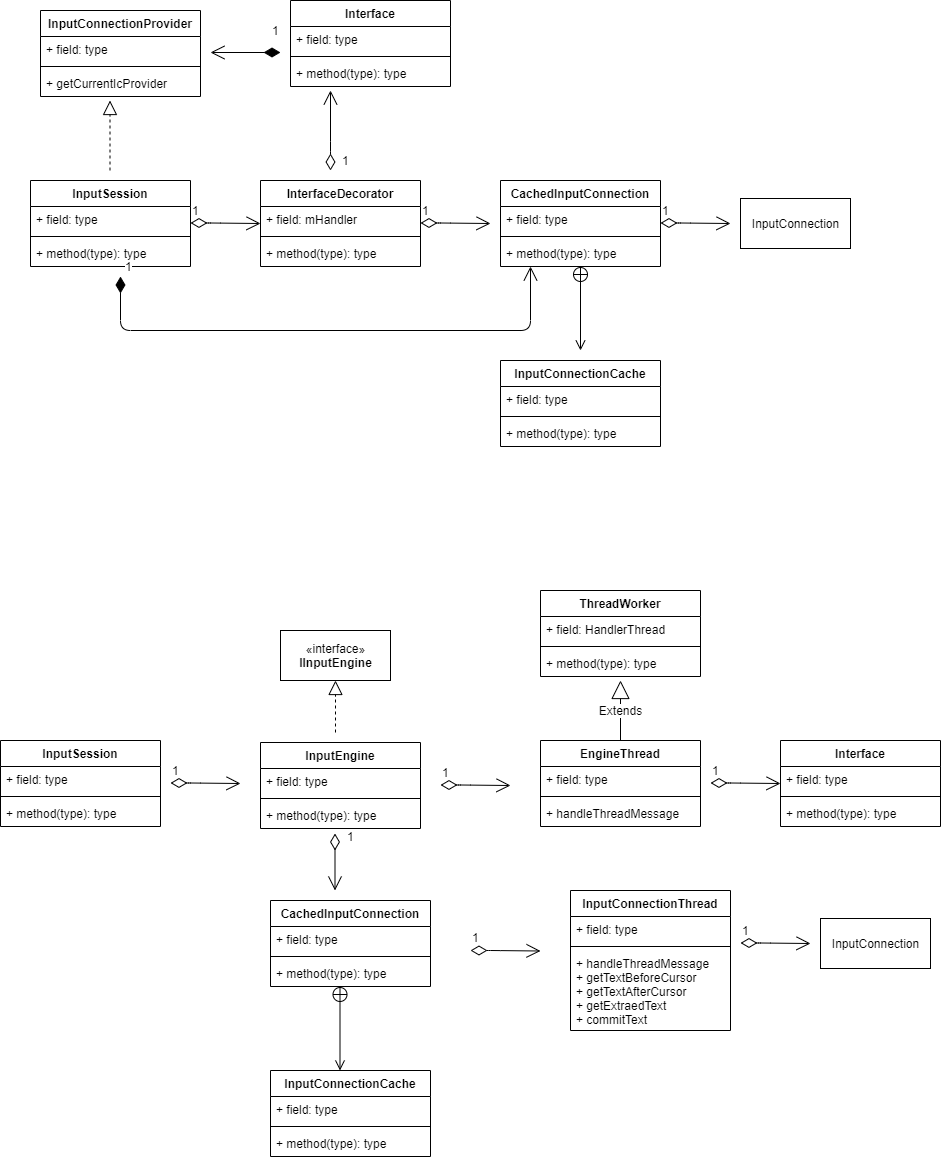
The draw.io diagram input/foreign-input-improve.png in chonglv/charts, before a commit. Source tidied: cells renumbered, new cells last; positions are measured from the earlier drawing's top-left corner, leaving out a move shared by most shapes.
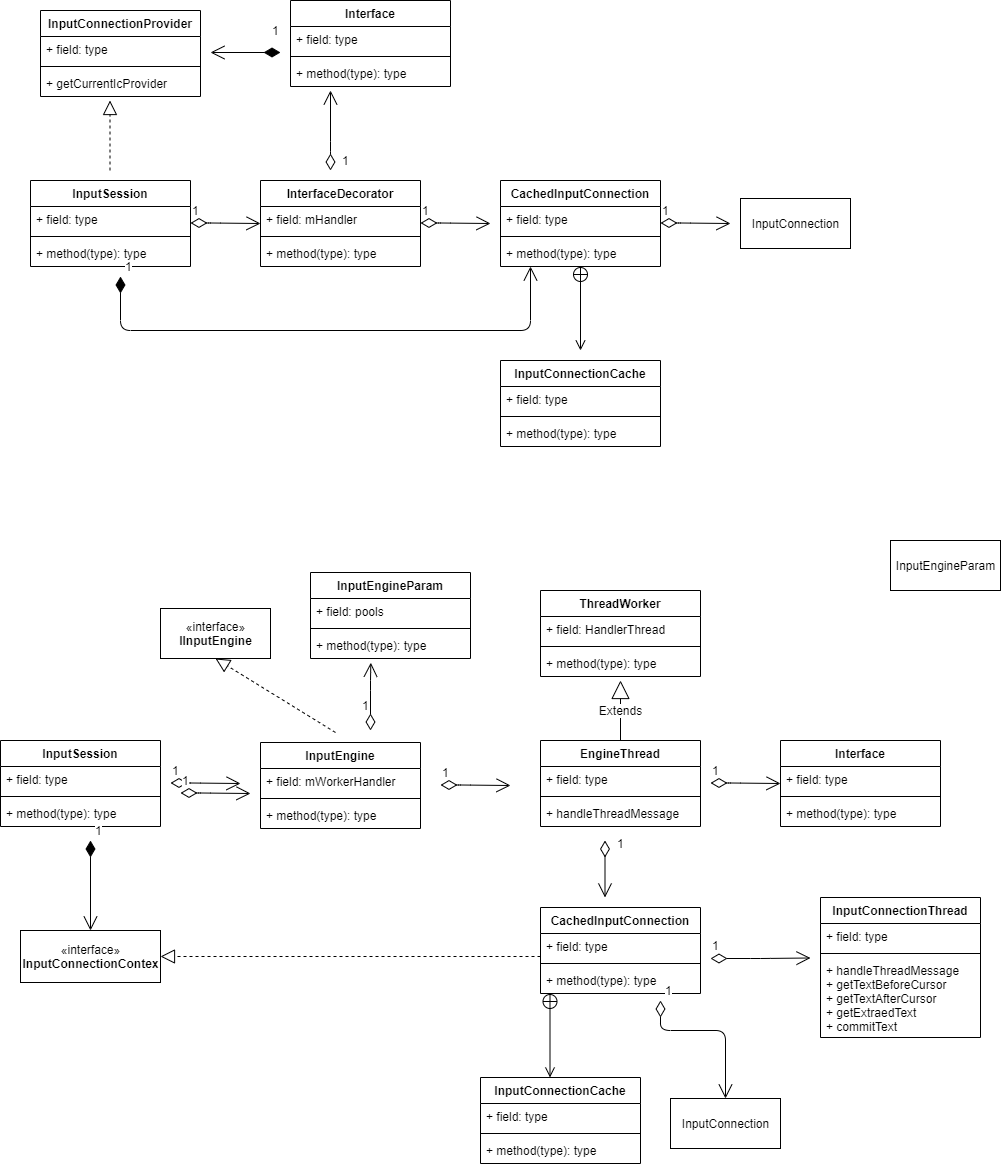
Later version of the same file.

Change to the diagram source:
```diff
@@ -97,7 +97,7 @@
     <mxCell id="28" value="InputEngine" style="swimlane;fontStyle=1;align=center;verticalAlign=top;horizontal=1;startSize=26;" parent="1" vertex="1">
       <mxGeometry x="260" y="742" width="160" height="86" as="geometry" />
     </mxCell>
-    <mxCell id="29" value="+ field: type" style="text;strokeColor=none;fillColor=none;align=left;verticalAlign=top;spacingLeft=4;spacingRight=4;overflow=hidden;" parent="28" vertex="1">
+    <mxCell id="29" value="+ field: mWorkerHandler" style="text;strokeColor=none;fillColor=none;align=left;verticalAlign=top;spacingLeft=4;spacingRight=4;overflow=hidden;" parent="28" vertex="1">
       <mxGeometry y="26" width="160" height="26" as="geometry" />
     </mxCell>
     <mxCell id="30" style="line;strokeWidth=1;fillColor=none;align=left;verticalAlign=middle;spacingTop=-1;spacingLeft=3;spacingRight=3;labelPosition=right;" parent="28" vertex="1">
@@ -119,7 +119,7 @@
       <mxGeometry y="60" width="160" height="26" as="geometry" />
     </mxCell>
     <mxCell id="36" value="«interface»&lt;br&gt;&lt;b&gt;IInputEngine&lt;/b&gt;" style="html=1;" parent="1" vertex="1">
-      <mxGeometry x="280" y="630" width="110" height="50" as="geometry" />
+      <mxGeometry x="160" y="608" width="110" height="50" as="geometry" />
     </mxCell>
     <mxCell id="37" style="endArrow=block;dashed=1;endFill=0;endSize=12;html=1;entryX=0.5;entryY=1;entryDx=0;entryDy=0;" parent="1" edge="1" target="36">
       <mxGeometry relative="1" as="geometry">
@@ -174,16 +174,16 @@
     </mxCell>
     <mxCell id="49" value="1" style="endArrow=open;html=1;endSize=12;startArrow=diamondThin;startSize=14;startFill=0;edgeStyle=orthogonalEdgeStyle;align=left;verticalAlign=bottom;" parent="1" edge="1">
       <mxGeometry x="-0.56" y="10" relative="1" as="geometry">
-        <mxPoint x="334.5" y="833" as="sourcePoint" />
-        <mxPoint x="334.5" y="890" as="targetPoint" />
+        <mxPoint x="604.5" y="840" as="sourcePoint" />
+        <mxPoint x="604.5" y="897" as="targetPoint" />
         <Array as="points">
-          <mxPoint x="334.5" y="833" />
-          <mxPoint x="334.5" y="833" />
+          <mxPoint x="604.5" y="840" />
+          <mxPoint x="604.5" y="840" />
         </Array>
       </mxGeometry>
     </mxCell>
     <mxCell id="50" value="CachedInputConnection" style="swimlane;fontStyle=1;align=center;verticalAlign=top;horizontal=1;startSize=26;" parent="1" vertex="1">
-      <mxGeometry x="270" y="900" width="160" height="86" as="geometry" />
+      <mxGeometry x="540" y="907" width="160" height="86" as="geometry" />
     </mxCell>
     <mxCell id="51" value="+ field: type" style="text;strokeColor=none;fillColor=none;align=left;verticalAlign=top;spacingLeft=4;spacingRight=4;overflow=hidden;" parent="50" vertex="1">
       <mxGeometry y="26" width="160" height="26" as="geometry" />
@@ -195,7 +195,7 @@
       <mxGeometry y="60" width="160" height="26" as="geometry" />
     </mxCell>
     <mxCell id="54" value="InputConnectionCache" style="swimlane;fontStyle=1;align=center;verticalAlign=top;horizontal=1;startSize=26;" parent="1" vertex="1">
-      <mxGeometry x="270" y="1070" width="160" height="86" as="geometry" />
+      <mxGeometry x="480" y="1077" width="160" height="86" as="geometry" />
     </mxCell>
     <mxCell id="55" value="+ field: type" style="text;strokeColor=none;fillColor=none;align=left;verticalAlign=top;spacingLeft=4;spacingRight=4;overflow=hidden;" parent="54" vertex="1">
       <mxGeometry y="26" width="160" height="26" as="geometry" />
@@ -208,22 +208,22 @@
     </mxCell>
     <mxCell id="58" style="endArrow=open;startArrow=circlePlus;endFill=0;startFill=0;endSize=8;html=1;" parent="1" edge="1">
       <mxGeometry relative="1" as="geometry">
-        <mxPoint x="339.5" y="986" as="sourcePoint" />
-        <mxPoint x="339.5" y="1070" as="targetPoint" />
+        <mxPoint x="549.5" y="993" as="sourcePoint" />
+        <mxPoint x="549.5" y="1077" as="targetPoint" />
       </mxGeometry>
     </mxCell>
     <mxCell id="59" value="1" style="endArrow=open;html=1;endSize=12;startArrow=diamondThin;startSize=14;startFill=0;edgeStyle=orthogonalEdgeStyle;align=left;verticalAlign=bottom;" parent="1" edge="1">
       <mxGeometry x="-1" y="3" relative="1" as="geometry">
-        <mxPoint x="470" y="950" as="sourcePoint" />
-        <mxPoint x="540" y="950.5" as="targetPoint" />
+        <mxPoint x="710" y="958" as="sourcePoint" />
+        <mxPoint x="810" y="957.5" as="targetPoint" />
         <Array as="points">
-          <mxPoint x="490" y="950.5" />
-          <mxPoint x="490" y="950.5" />
+          <mxPoint x="760" y="957.5" />
+          <mxPoint x="760" y="957.5" />
         </Array>
       </mxGeometry>
     </mxCell>
     <mxCell id="60" value="InputConnectionThread" style="swimlane;fontStyle=1;align=center;verticalAlign=top;horizontal=1;startSize=26;" parent="1" vertex="1">
-      <mxGeometry x="570" y="890" width="160" height="140" as="geometry" />
+      <mxGeometry x="820" y="897" width="160" height="140" as="geometry" />
     </mxCell>
     <mxCell id="61" value="+ field: type" style="text;strokeColor=none;fillColor=none;align=left;verticalAlign=top;spacingLeft=4;spacingRight=4;overflow=hidden;" parent="60" vertex="1">
       <mxGeometry y="26" width="160" height="26" as="geometry" />
@@ -268,18 +268,8 @@
       </mxGeometry>
     </mxCell>
     <mxCell id="68" value="InputConnection" style="html=1;" parent="1" vertex="1">
-      <mxGeometry x="820" y="918" width="110" height="50" as="geometry" />
+      <mxGeometry x="670" y="1098" width="110" height="50" as="geometry" />
     </mxCell>
-    <mxCell id="69" value="1" style="endArrow=open;html=1;endSize=12;startArrow=diamondThin;startSize=14;startFill=0;edgeStyle=orthogonalEdgeStyle;align=left;verticalAlign=bottom;" parent="1" edge="1">
-      <mxGeometry x="-1" y="3" relative="1" as="geometry">
-        <mxPoint x="740" y="942.5" as="sourcePoint" />
-        <mxPoint x="810" y="943" as="targetPoint" />
-        <Array as="points">
-          <mxPoint x="760" y="943" />
-          <mxPoint x="760" y="943" />
-        </Array>
-      </mxGeometry>
-    </mxCell>
     <mxCell id="70" value="1" style="endArrow=open;html=1;endSize=12;startArrow=diamondThin;startSize=14;startFill=0;edgeStyle=orthogonalEdgeStyle;align=left;verticalAlign=bottom;" parent="1" edge="1">
       <mxGeometry x="-1" y="-10" relative="1" as="geometry">
         <mxPoint x="330" y="170" as="sourcePoint" />
@@ -324,5 +314,61 @@
         </Array>
       </mxGeometry>
     </mxCell>
+    <mxCell id="78" value="«interface»&lt;br&gt;&lt;b&gt;InputConnectionContex&lt;/b&gt;" style="html=1;" parent="1" vertex="1">
+      <mxGeometry x="20" y="930" width="140" height="52" as="geometry" />
+    </mxCell>
+    <mxCell id="79" value="1" style="endArrow=open;html=1;endSize=12;startArrow=diamondThin;startSize=14;startFill=1;edgeStyle=orthogonalEdgeStyle;align=left;verticalAlign=bottom;entryX=0.5;entryY=0;entryDx=0;entryDy=0;" parent="1" edge="1" target="78">
+      <mxGeometry x="-1" y="3" relative="1" as="geometry">
+        <mxPoint x="90" y="840" as="sourcePoint" />
+      </mxGeometry>
+    </mxCell>
+    <mxCell id="80" value="InputEngineParam" style="html=1;" parent="1" vertex="1">
+      <mxGeometry x="890" y="540" width="110" height="50" as="geometry" />
+    </mxCell>
+    <mxCell id="81" value="InputEngineParam" style="swimlane;fontStyle=1;align=center;verticalAlign=top;horizontal=1;startSize=26;" parent="1" vertex="1">
+      <mxGeometry x="310" y="572" width="160" height="86" as="geometry" />
+    </mxCell>
+    <mxCell id="82" value="+ field: pools" style="text;strokeColor=none;fillColor=none;align=left;verticalAlign=top;spacingLeft=4;spacingRight=4;overflow=hidden;" parent="81" vertex="1">
+      <mxGeometry y="26" width="160" height="26" as="geometry" />
+    </mxCell>
+    <mxCell id="83" style="line;strokeWidth=1;fillColor=none;align=left;verticalAlign=middle;spacingTop=-1;spacingLeft=3;spacingRight=3;labelPosition=right;" parent="81" vertex="1">
+      <mxGeometry y="52" width="160" height="8" as="geometry" />
+    </mxCell>
+    <mxCell id="84" value="+ method(type): type" style="text;strokeColor=none;fillColor=none;align=left;verticalAlign=top;spacingLeft=4;spacingRight=4;overflow=hidden;points=[[0,0.5],[1,0.5]];portConstraint=eastwest;" parent="81" vertex="1">
+      <mxGeometry y="60" width="160" height="26" as="geometry" />
+    </mxCell>
+    <mxCell id="85" value="1" style="endArrow=open;html=1;endSize=12;startArrow=diamondThin;startSize=14;startFill=0;edgeStyle=orthogonalEdgeStyle;align=left;verticalAlign=bottom;entryX=0.377;entryY=1.162;entryDx=0;entryDy=0;entryPerimeter=0;" parent="1" edge="1" target="84">
+      <mxGeometry x="-0.56" y="10" relative="1" as="geometry">
+        <mxPoint x="370" y="730" as="sourcePoint" />
+        <Array as="points">
+          <mxPoint x="370" y="680" />
+          <mxPoint x="370" y="680" />
+        </Array>
+      </mxGeometry>
+    </mxCell>
+    <mxCell id="86" style="endArrow=block;dashed=1;endFill=0;endSize=12;html=1;entryX=1;entryY=0.5;entryDx=0;entryDy=0;" parent="1" edge="1" target="78">
+      <mxGeometry relative="1" as="geometry">
+        <mxPoint x="540" y="956" as="sourcePoint" />
+      </mxGeometry>
+    </mxCell>
+    <mxCell id="87" value="1" style="endArrow=open;html=1;endSize=12;startArrow=diamondThin;startSize=14;startFill=0;edgeStyle=orthogonalEdgeStyle;align=left;verticalAlign=bottom;" parent="1" edge="1">
+      <mxGeometry x="-1" y="3" relative="1" as="geometry">
+        <mxPoint x="180" y="792.5" as="sourcePoint" />
+        <mxPoint x="250" y="793" as="targetPoint" />
+        <Array as="points">
+          <mxPoint x="200" y="793" />
+          <mxPoint x="200" y="793" />
+        </Array>
+      </mxGeometry>
+    </mxCell>
+    <mxCell id="88" value="1" style="endArrow=open;html=1;endSize=12;startArrow=diamondThin;startSize=14;startFill=0;edgeStyle=orthogonalEdgeStyle;align=left;verticalAlign=bottom;" parent="1" edge="1" target="68">
+      <mxGeometry x="-1" y="3" relative="1" as="geometry">
+        <mxPoint x="660" y="1000" as="sourcePoint" />
+        <Array as="points">
+          <mxPoint x="660" y="1030" />
+          <mxPoint x="725" y="1030" />
+        </Array>
+      </mxGeometry>
+    </mxCell>
   </root>
 </mxGraphModel>
```
